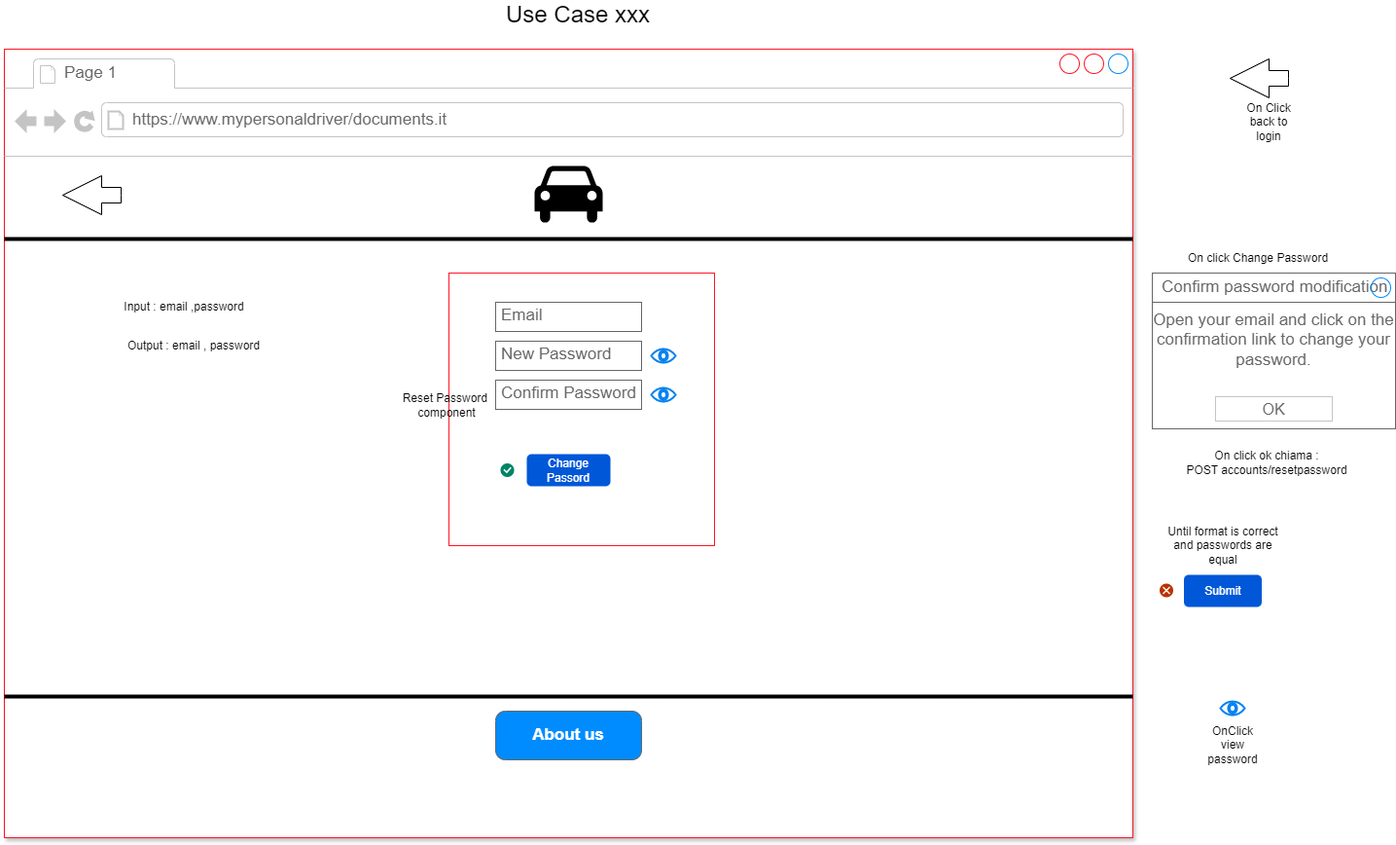
Before: Documentazione/sitoWeb/template_componenti/resetPasswordComponent.png, a diagram exported from draw.io (alfacorso2024Settembre/MyPersonalDriver). Source tidied: cells renumbered, new cells last; positions are measured from the earlier drawing's top-left corner, leaving out a move shared by most shapes. The source it was exported from:
```xml
<mxGraphModel>
  <root>
    <mxCell id="0" />
    <mxCell id="1" parent="0" />
    <mxCell id="2" style="strokeWidth=1;shadow=1;dashed=0;align=center;html=1;shape=mxgraph.mockup.containers.browserWindow;rSize=0;strokeColor=#FF1424;strokeColor2=#008cff;strokeColor3=#c4c4c4;mainText=,;" parent="1" vertex="1">
      <mxGeometry y="50" width="1160" height="810" as="geometry" />
    </mxCell>
    <mxCell id="3" style="rounded=0;whiteSpace=wrap;html=1;strokeColor=#FF1424;" parent="2" vertex="1">
      <mxGeometry x="457" y="230" width="273" height="280" as="geometry" />
    </mxCell>
    <mxCell id="4" value="Page 1" style="strokeWidth=1;shadow=0;dashed=0;align=center;html=1;shape=mxgraph.mockup.containers.anchor;fontSize=17;fontColor=#666666;align=left;whiteSpace=wrap;" parent="2" vertex="1">
      <mxGeometry x="60" y="12" width="110" height="26" as="geometry" />
    </mxCell>
    <mxCell id="5" value="https://www.mypersonaldriver/documents.it" style="strokeWidth=1;shadow=0;dashed=0;align=center;html=1;shape=mxgraph.mockup.containers.anchor;rSize=0;fontSize=17;fontColor=#666666;align=left;" parent="2" vertex="1">
      <mxGeometry x="130" y="60" width="250" height="26" as="geometry" />
    </mxCell>
    <mxCell id="6" style="line;strokeWidth=4;html=1;perimeter=backbonePerimeter;" parent="2" vertex="1">
      <mxGeometry y="190" width="1160" height="10" as="geometry" />
    </mxCell>
    <mxCell id="7" style="shape=mxgraph.signs.transportation.car_4;html=1;fillColor=#000000;strokeColor=none;verticalLabelPosition=bottom;verticalAlign=top;align=center;" parent="2" vertex="1">
      <mxGeometry x="545" y="120" width="70" height="60" as="geometry" />
    </mxCell>
    <mxCell id="8" style="line;strokeWidth=4;html=1;perimeter=backbonePerimeter;" parent="2" vertex="1">
      <mxGeometry y="660" width="1160" height="10" as="geometry" />
    </mxCell>
    <mxCell id="9" value="About us" style="strokeWidth=1;shadow=0;dashed=0;align=center;html=1;shape=mxgraph.mockup.buttons.button;strokeColor=#666666;fontColor=#ffffff;mainText=;buttonStyle=round;fontSize=17;fontStyle=1;fillColor=#008cff;whiteSpace=wrap;" parent="2" vertex="1">
      <mxGeometry x="505" y="680" width="150" height="50" as="geometry" />
    </mxCell>
    <mxCell id="10" value="Email" style="strokeWidth=1;shadow=0;dashed=0;align=center;html=1;shape=mxgraph.mockup.text.textBox;fontColor=#666666;align=left;fontSize=17;spacingLeft=4;spacingTop=-3;whiteSpace=wrap;strokeColor=#666666;mainText=;" parent="2" vertex="1">
      <mxGeometry x="505" y="260" width="150" height="30" as="geometry" />
    </mxCell>
    <mxCell id="11" value="New Password" style="strokeWidth=1;shadow=0;dashed=0;align=center;html=1;shape=mxgraph.mockup.text.textBox;fontColor=#666666;align=left;fontSize=17;spacingLeft=4;spacingTop=-3;whiteSpace=wrap;strokeColor=#666666;mainText=;" parent="2" vertex="1">
      <mxGeometry x="505" y="300" width="150" height="30" as="geometry" />
    </mxCell>
    <mxCell id="12" value="Confirm Password" style="strokeWidth=1;shadow=0;dashed=0;align=center;html=1;shape=mxgraph.mockup.text.textBox;fontColor=#666666;align=left;fontSize=17;spacingLeft=4;spacingTop=-3;whiteSpace=wrap;strokeColor=#666666;mainText=;" parent="2" vertex="1">
      <mxGeometry x="505" y="340" width="150" height="30" as="geometry" />
    </mxCell>
    <mxCell id="13" style="html=1;verticalLabelPosition=bottom;align=center;labelBackgroundColor=#ffffff;verticalAlign=top;strokeWidth=2;strokeColor=#0080F0;shadow=0;dashed=0;shape=mxgraph.ios7.icons.eye;" parent="2" vertex="1">
      <mxGeometry x="665" y="307.9" width="25" height="14.1" as="geometry" />
    </mxCell>
    <mxCell id="14" value="Change Passord" style="rounded=1;fillColor=#0057D8;align=center;strokeColor=none;html=1;whiteSpace=wrap;fontColor=#ffffff;fontSize=12;sketch=0;" parent="2" vertex="1">
      <mxGeometry x="537" y="416" width="86" height="33" as="geometry" />
    </mxCell>
    <mxCell id="15" style="html=1;shadow=0;dashed=0;shape=mxgraph.atlassian.checkbox;fillColor=#008465;strokeColor=none;html=1;sketch=0;" parent="2" vertex="1">
      <mxGeometry x="510" y="425.5" width="14" height="14" as="geometry" />
    </mxCell>
    <mxCell id="16" style="html=1;verticalLabelPosition=bottom;align=center;labelBackgroundColor=#ffffff;verticalAlign=top;strokeWidth=2;strokeColor=#0080F0;shadow=0;dashed=0;shape=mxgraph.ios7.icons.eye;" parent="2" vertex="1">
      <mxGeometry x="665" y="347.9" width="25" height="14.1" as="geometry" />
    </mxCell>
    <mxCell id="17" style="html=1;shadow=0;dashed=0;align=center;verticalAlign=middle;shape=mxgraph.arrows2.arrow;dy=0.6;dx=40;flipH=1;notch=0;" parent="2" vertex="1">
      <mxGeometry x="60" y="130" width="60" height="40" as="geometry" />
    </mxCell>
    <mxCell id="18" value="Reset Password&amp;nbsp;&lt;br&gt;component" style="text;html=1;align=center;verticalAlign=middle;whiteSpace=wrap;rounded=0;" parent="2" vertex="1">
      <mxGeometry x="405" y="291.6" width="100" height="147.9" as="geometry" />
    </mxCell>
    <mxCell id="19" value="Input : email ,password" style="text;html=1;align=center;verticalAlign=middle;whiteSpace=wrap;rounded=0;" parent="2" vertex="1">
      <mxGeometry x="110" y="250" width="150" height="30" as="geometry" />
    </mxCell>
    <mxCell id="20" value="Output : email , password" style="text;html=1;align=center;verticalAlign=middle;whiteSpace=wrap;rounded=0;" parent="2" vertex="1">
      <mxGeometry x="120" y="290" width="150" height="30" as="geometry" />
    </mxCell>
    <mxCell id="21" value="Submit" style="rounded=1;fillColor=#0057D8;align=center;strokeColor=none;html=1;whiteSpace=wrap;fontColor=#ffffff;fontSize=12;sketch=0;" parent="1" vertex="1">
      <mxGeometry x="1212.5" y="590" width="80" height="33" as="geometry" />
    </mxCell>
    <mxCell id="22" style="html=1;shadow=0;dashed=0;shape=mxgraph.atlassian.close;fillColor=#BA3200;strokeColor=none;html=1;sketch=0;" parent="1" vertex="1">
      <mxGeometry x="1187.5" y="599" width="14" height="14" as="geometry" />
    </mxCell>
    <mxCell id="23" value="Until format is correct&lt;br&gt;and passwords are equal" style="text;html=1;align=center;verticalAlign=middle;whiteSpace=wrap;rounded=0;" parent="1" vertex="1">
      <mxGeometry x="1192.5" y="545" width="120" height="30" as="geometry" />
    </mxCell>
    <mxCell id="24" value="&lt;h1 style=&quot;margin-top: 0px;&quot;&gt;&lt;span style=&quot;background-color: initial; font-size: 12px; font-weight: normal;&quot;&gt;On click Change Password&lt;/span&gt;&lt;/h1&gt;&lt;h1 style=&quot;margin-top: 0px;&quot;&gt;&lt;br&gt;&lt;/h1&gt;" style="text;html=1;whiteSpace=wrap;overflow=hidden;rounded=0;" parent="1" vertex="1">
      <mxGeometry x="1215" y="240" width="180" height="40" as="geometry" />
    </mxCell>
    <mxCell id="25" value="Open your email and click on the confirmation link to change your password." style="strokeWidth=1;shadow=0;dashed=0;align=center;html=1;shape=mxgraph.mockup.containers.rrect;rSize=0;strokeColor=#666666;fontColor=#666666;fontSize=17;verticalAlign=top;whiteSpace=wrap;fillColor=#ffffff;spacingTop=32;" parent="1" vertex="1">
      <mxGeometry x="1180" y="280" width="250" height="160" as="geometry" />
    </mxCell>
    <mxCell id="26" value="Confirm password modification" style="strokeWidth=1;shadow=0;dashed=0;align=center;html=1;shape=mxgraph.mockup.containers.rrect;rSize=0;fontSize=17;fontColor=#666666;strokeColor=#666666;align=left;spacingLeft=8;fillColor=#ffffff;whiteSpace=wrap;" parent="25" vertex="1">
      <mxGeometry width="250" height="30" relative="1" as="geometry" />
    </mxCell>
    <mxCell id="27" style="shape=ellipse;strokeColor=#008cff;fillColor=none;html=1;" parent="26" vertex="1">
      <mxGeometry x="1" y="0.5" width="20" height="20" relative="1" as="geometry">
        <mxPoint x="-25" y="-10" as="offset" />
      </mxGeometry>
    </mxCell>
    <mxCell id="28" value="OK" style="strokeWidth=1;shadow=0;dashed=0;align=center;html=1;shape=mxgraph.mockup.containers.rrect;rSize=0;fontSize=16;fontColor=#666666;strokeColor=#c4c4c4;whiteSpace=wrap;fillColor=#ffffff;" parent="25" vertex="1">
      <mxGeometry x="0.5" y="1" width="120" height="25" relative="1" as="geometry">
        <mxPoint x="-60" y="-33" as="offset" />
      </mxGeometry>
    </mxCell>
    <mxCell id="29" style="html=1;shadow=0;dashed=0;align=center;verticalAlign=middle;shape=mxgraph.arrows2.arrow;dy=0.6;dx=40;flipH=1;notch=0;" parent="1" vertex="1">
      <mxGeometry x="1260" y="60" width="60" height="40" as="geometry" />
    </mxCell>
    <mxCell id="30" value="On Click back to login" style="text;html=1;align=center;verticalAlign=middle;whiteSpace=wrap;rounded=0;" parent="1" vertex="1">
      <mxGeometry x="1270" y="110" width="60" height="30" as="geometry" />
    </mxCell>
    <mxCell id="31" style="html=1;verticalLabelPosition=bottom;align=center;labelBackgroundColor=#ffffff;verticalAlign=top;strokeWidth=2;strokeColor=#0080F0;shadow=0;dashed=0;shape=mxgraph.ios7.icons.eye;" parent="1" vertex="1">
      <mxGeometry x="1250" y="720" width="25" height="14.1" as="geometry" />
    </mxCell>
    <mxCell id="32" value="OnClick view password" style="text;html=1;align=center;verticalAlign=middle;whiteSpace=wrap;rounded=0;" parent="1" vertex="1">
      <mxGeometry x="1232.5" y="750" width="60" height="30" as="geometry" />
    </mxCell>
    <mxCell id="33" value="&lt;font style=&quot;font-size: 24px;&quot;&gt;Use Case xxx&lt;/font&gt;" style="text;html=1;align=center;verticalAlign=middle;whiteSpace=wrap;rounded=0;" parent="1" vertex="1">
      <mxGeometry x="470" width="240" height="30" as="geometry" />
    </mxCell>
    <mxCell id="34" value="On click ok chiama :&lt;br&gt;POST accounts/resetpassword" style="text;html=1;align=center;verticalAlign=middle;whiteSpace=wrap;rounded=0;" parent="1" vertex="1">
      <mxGeometry x="1192.5" y="460" width="210" height="30" as="geometry" />
    </mxCell>
  </root>
</mxGraphModel>
```
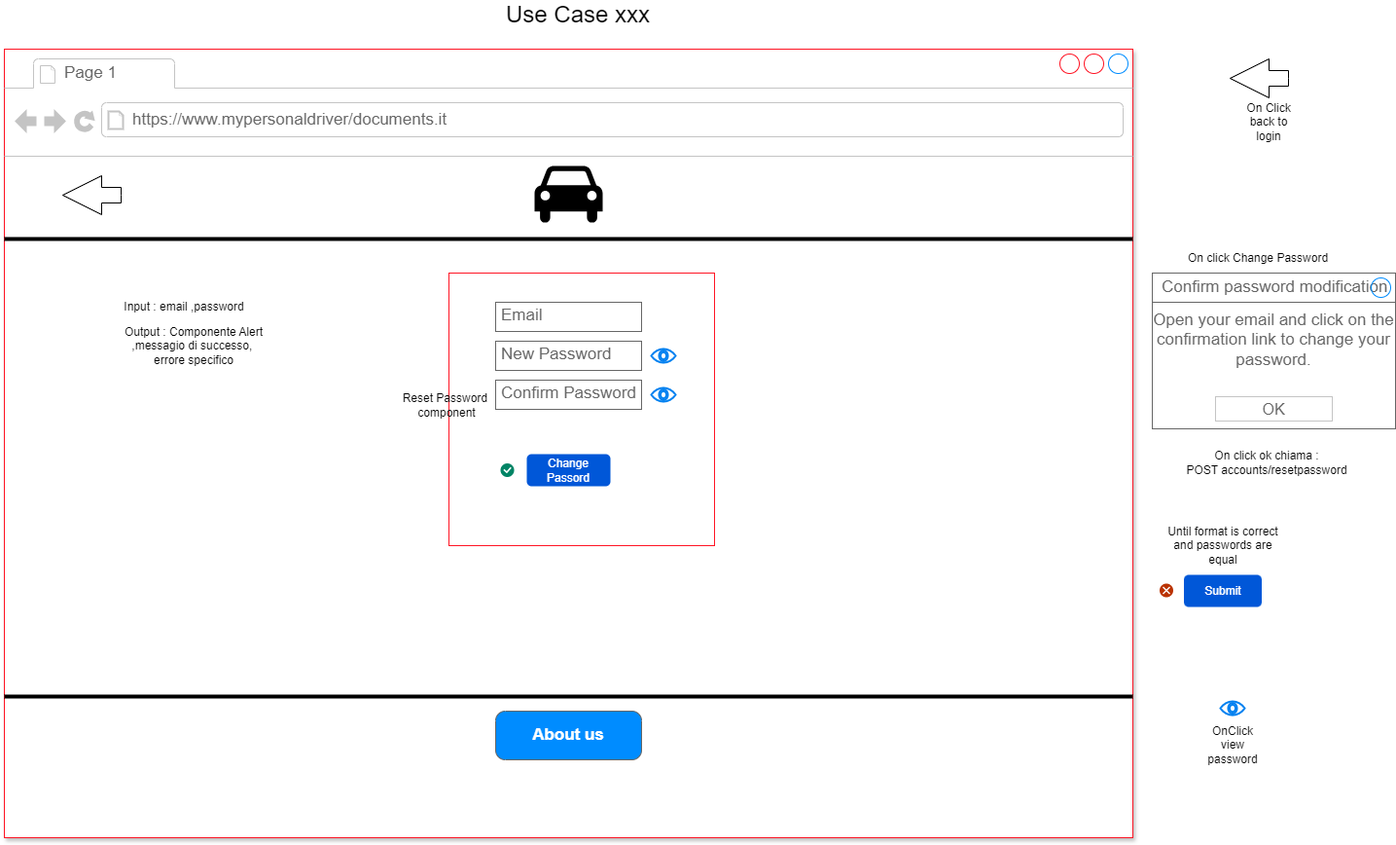
The same diagram one commit later.

The edit, as a diff of the source:
```diff
@@ -56,7 +56,7 @@
     <mxCell id="19" value="Input : email ,password" style="text;html=1;align=center;verticalAlign=middle;whiteSpace=wrap;rounded=0;" parent="2" vertex="1">
       <mxGeometry x="110" y="250" width="150" height="30" as="geometry" />
     </mxCell>
-    <mxCell id="20" value="Output : email , password" style="text;html=1;align=center;verticalAlign=middle;whiteSpace=wrap;rounded=0;" parent="2" vertex="1">
+    <mxCell id="20" value="Output : Componente Alert ,messagio di successo,&amp;nbsp;&lt;div&gt;errore specifico&lt;/div&gt;" style="text;html=1;align=center;verticalAlign=middle;whiteSpace=wrap;rounded=0;" parent="2" vertex="1">
       <mxGeometry x="120" y="290" width="150" height="30" as="geometry" />
     </mxCell>
     <mxCell id="21" value="Submit" style="rounded=1;fillColor=#0057D8;align=center;strokeColor=none;html=1;whiteSpace=wrap;fontColor=#ffffff;fontSize=12;sketch=0;" parent="1" vertex="1">
```
